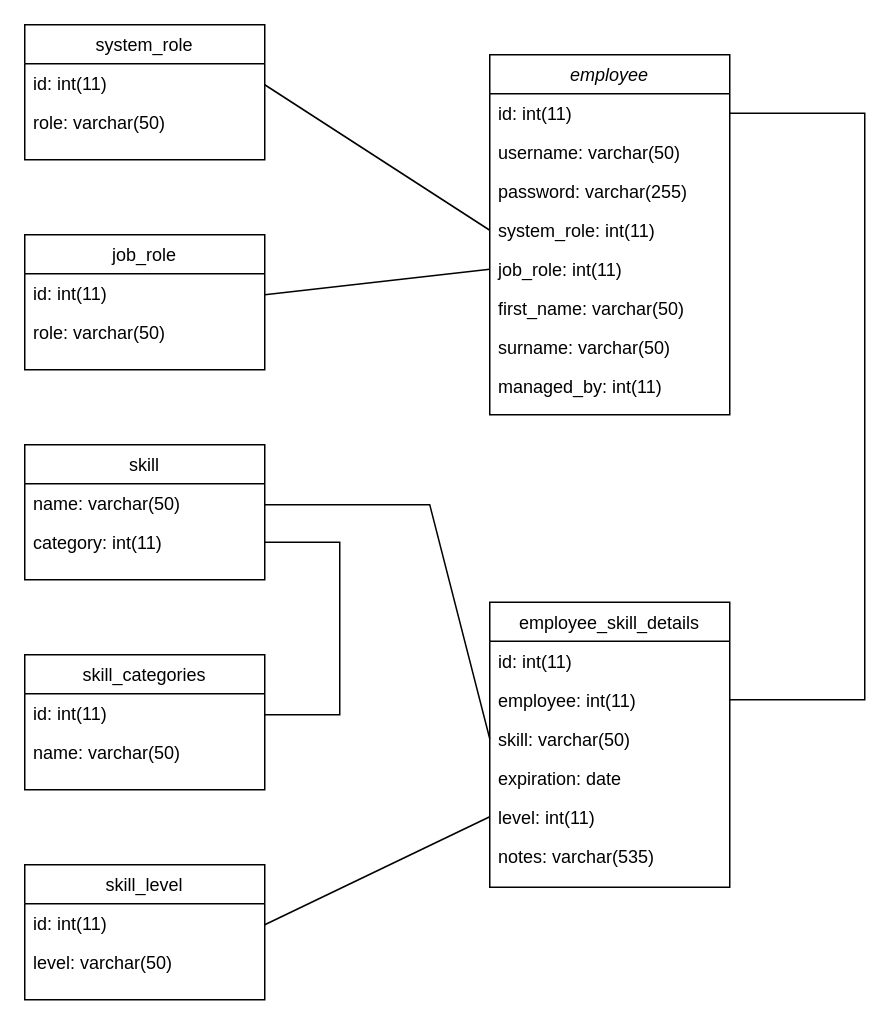
Above: database/DatabaseDesign.drawio in MJH1606/AgileWebAppStaffs_BackEnd (draw.io), before the change. Source tidied: cells renumbered, new cells numbered last; positions are measured from the earlier drawing's top-left corner, leaving out a move shared by most shapes. Both pictures are drawn from the tidied source at 150%, with x=0, y=0 at pixel (24, 24).
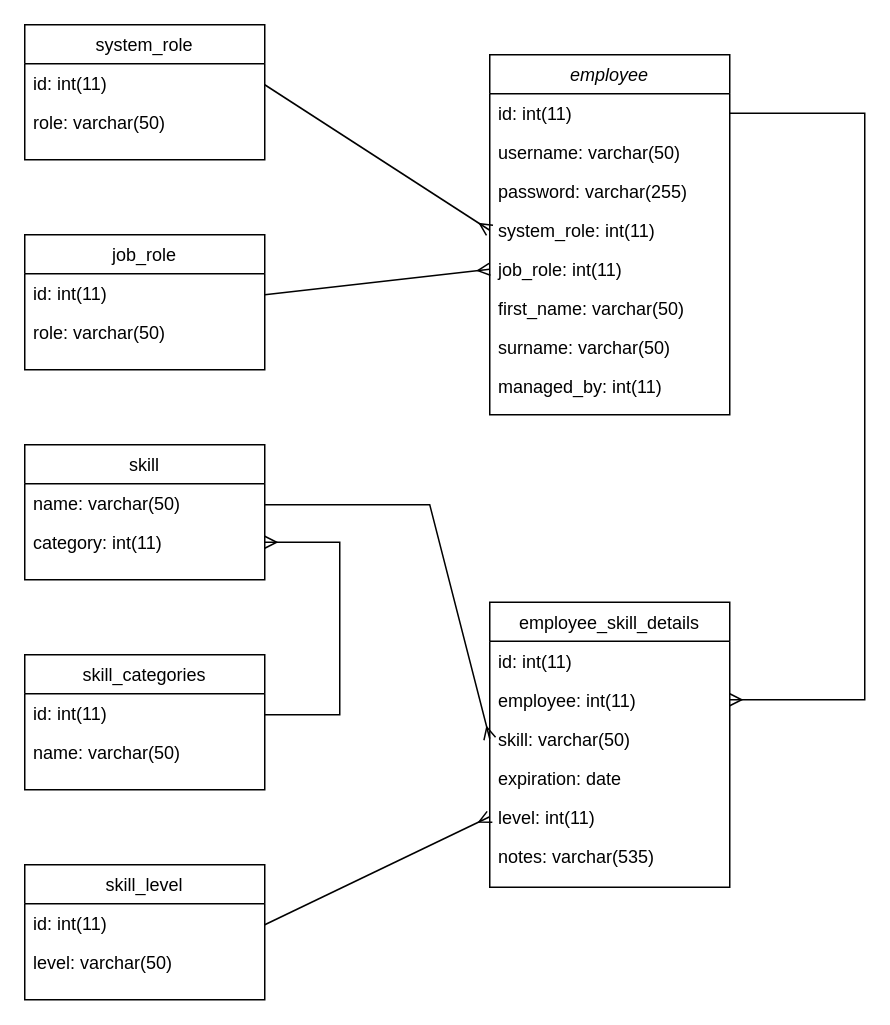
After the change.

The change refers to these unchanged cells:
```xml
<mxCell id="3" value="id: int(11)" style="text;align=left;verticalAlign=top;spacingLeft=4;spacingRight=4;overflow=hidden;points=[[0,0.5],[1,0.5]];portConstraint=eastwest;" parent="2" vertex="1">
  <mxGeometry y="26" width="160" height="26" as="geometry" />
</mxCell>
<mxCell id="6" value="system_role: int(11)" style="text;align=left;verticalAlign=top;spacingLeft=4;spacingRight=4;overflow=hidden;points=[[0,0.5],[1,0.5]];portConstraint=eastwest;rounded=0;shadow=0;html=0;" parent="2" vertex="1">
  <mxGeometry y="104" width="160" height="26" as="geometry" />
</mxCell>
<mxCell id="7" value="job_role: int(11)" style="text;align=left;verticalAlign=top;spacingLeft=4;spacingRight=4;overflow=hidden;points=[[0,0.5],[1,0.5]];portConstraint=eastwest;rounded=0;shadow=0;html=0;" parent="2" vertex="1">
  <mxGeometry y="130" width="160" height="26" as="geometry" />
</mxCell>
<mxCell id="20" value="skill: varchar(50)" style="text;align=left;verticalAlign=top;spacingLeft=4;spacingRight=4;overflow=hidden;points=[[0,0.5],[1,0.5]];portConstraint=eastwest;rounded=0;shadow=0;html=0;" parent="17" vertex="1">
  <mxGeometry y="78" width="160" height="26" as="geometry" />
</mxCell>
<mxCell id="22" value="level: int(11)" style="text;align=left;verticalAlign=top;spacingLeft=4;spacingRight=4;overflow=hidden;points=[[0,0.5],[1,0.5]];portConstraint=eastwest;rounded=0;shadow=0;html=0;" parent="17" vertex="1">
  <mxGeometry y="130" width="160" height="26" as="geometry" />
</mxCell>
<mxCell id="32" value="category: int(11)" style="text;align=left;verticalAlign=top;spacingLeft=4;spacingRight=4;overflow=hidden;points=[[0,0.5],[1,0.5]];portConstraint=eastwest;rounded=0;shadow=0;html=0;" parent="30" vertex="1">
  <mxGeometry y="52" width="160" height="26" as="geometry" />
</mxCell>
```

The edit, as a diff of the source:
```diff
@@
-    <mxCell id="33" style="endArrow=none;html=1;rounded=0;entryX=0;entryY=0.5;entryDx=0;entryDy=0;" parent="1" edge="1" target="7">
+    <mxCell id="33" style="endArrow=ERmany;html=1;rounded=0;entryX=0;entryY=0.5;entryDx=0;entryDy=0;endFill=0;" parent="1" edge="1" target="7">
       <mxGeometry relative="1" as="geometry">
         <mxPoint x="160" y="180" as="sourcePoint" />
       </mxGeometry>
     </mxCell>
-    <mxCell id="34" style="endArrow=none;html=1;rounded=0;entryX=0;entryY=0.5;entryDx=0;entryDy=0;" parent="1" edge="1" target="6">
+    <mxCell id="34" style="endArrow=ERmany;html=1;rounded=0;entryX=0;entryY=0.5;entryDx=0;entryDy=0;startArrow=none;startFill=0;endFill=0;" parent="1" edge="1" target="6">
       <mxGeometry relative="1" as="geometry">
         <mxPoint x="160" y="40" as="sourcePoint" />
       </mxGeometry>
     </mxCell>
-    <mxCell id="35" style="endArrow=none;html=1;rounded=0;entryX=0;entryY=0.5;entryDx=0;entryDy=0;" parent="1" edge="1" target="22">
+    <mxCell id="35" style="endArrow=ERmany;html=1;rounded=0;entryX=0;entryY=0.5;entryDx=0;entryDy=0;endFill=0;" parent="1" edge="1" target="22">
       <mxGeometry relative="1" as="geometry">
         <mxPoint x="160" y="600" as="sourcePoint" />
       </mxGeometry>
     </mxCell>
-    <mxCell id="36" style="endArrow=none;html=1;rounded=0;entryX=1;entryY=0.5;entryDx=0;entryDy=0;" parent="1" edge="1" target="32">
+    <mxCell id="36" style="endArrow=ERmany;html=1;rounded=0;entryX=1;entryY=0.5;entryDx=0;entryDy=0;endFill=0;" parent="1" edge="1" target="32">
       <mxGeometry relative="1" as="geometry">
         <mxPoint x="160" y="460" as="sourcePoint" />
         <Array as="points">
           <mxPoint x="210" y="460" />
           <mxPoint x="210" y="345" />
         </Array>
       </mxGeometry>
     </mxCell>
-    <mxCell id="37" style="endArrow=none;html=1;rounded=0;entryX=0;entryY=0.5;entryDx=0;entryDy=0;" parent="1" edge="1" target="20">
+    <mxCell id="37" style="endArrow=ERmany;html=1;rounded=0;entryX=0;entryY=0.5;entryDx=0;entryDy=0;endFill=0;" parent="1" edge="1" target="20">
       <mxGeometry relative="1" as="geometry">
         <mxPoint x="160" y="320" as="sourcePoint" />
         <Array as="points">
           <mxPoint x="270" y="320" />
         </Array>
       </mxGeometry>
     </mxCell>
-    <mxCell id="38" style="endArrow=none;html=1;rounded=0;entryX=1;entryY=0.5;entryDx=0;entryDy=0;" parent="1" edge="1" target="3">
+    <mxCell id="38" style="endArrow=none;html=1;rounded=0;entryX=1;entryY=0.5;entryDx=0;entryDy=0;endFill=0;startArrow=ERmany;startFill=0;" parent="1" edge="1" target="3">
       <mxGeometry relative="1" as="geometry">
         <mxPoint x="470" y="450" as="sourcePoint" />
         <Array as="points">
           <mxPoint x="560" y="450" />
           <mxPoint x="560" y="59" />
         </Array>
       </mxGeometry>
     </mxCell>
```
